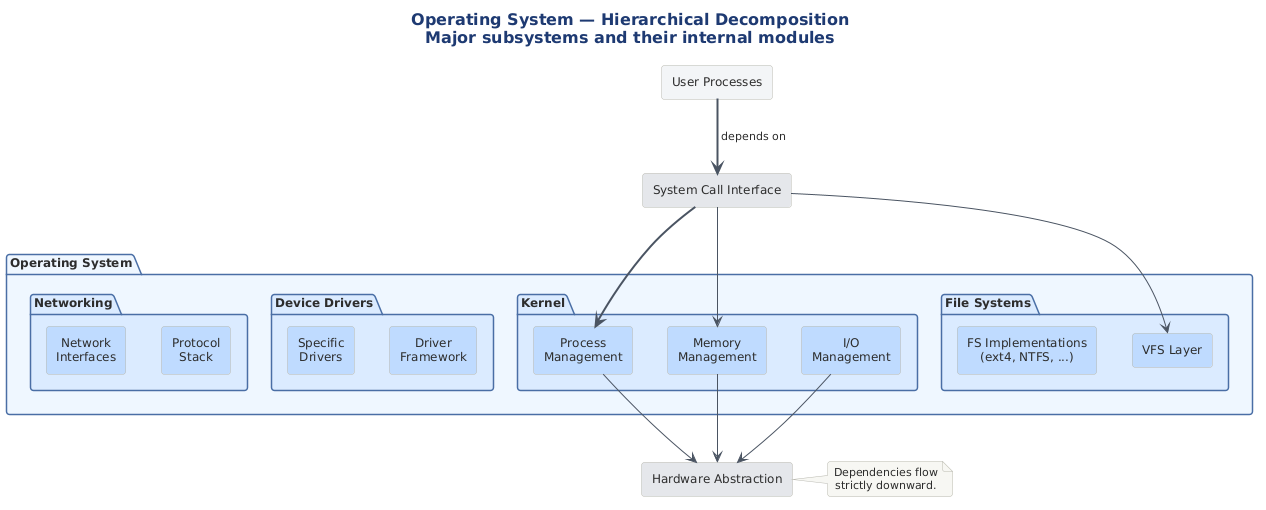
Above: src/architecture/views-and-beyond/style-catalogs/module/module-views/png/operating-system-hierarchical-decomposition.png in Notoriousjayy/latex-docs (PlantUML), before the change. The source it was exported from:
```plantuml
@startuml

title <b>Operating System — Hierarchical Decomposition</b>\nMajor subsystems and their internal modules

!include ../../../../../../tooling/styles/plantuml/structural/package-diagram-style.iuml

package "Operating System" #EFF6FF {

  package "Kernel" #DBEAFE {
    rectangle "Process\nManagement" as PM #BFDBFE
    rectangle "Memory\nManagement" as MM #BFDBFE
    rectangle "I/O\nManagement" as IO #BFDBFE
  }

  package "File Systems" #DBEAFE {
    rectangle "VFS Layer" as VFS #BFDBFE
    rectangle "FS Implementations\n(ext4, NTFS, ...)" as FSI #BFDBFE
  }

  package "Device Drivers" #DBEAFE {
    rectangle "Driver\nFramework" as DF #BFDBFE
    rectangle "Specific\nDrivers" as SD #BFDBFE
  }

  package "Networking" #DBEAFE {
    rectangle "Protocol\nStack" as PS #BFDBFE
    rectangle "Network\nInterfaces" as NI #BFDBFE
  }
}

rectangle "User Processes" as UP #F3F4F6
rectangle "System Call Interface" as SCI #E5E7EB
rectangle "Hardware Abstraction" as HA #E5E7EB

UP -[#4B5563,bold]down-> SCI : " depends on "
SCI -[#4B5563,bold]down-> PM
SCI -[#4B5563]down-> MM
SCI -[#4B5563]down-> VFS
PM -[#4B5563]down-> HA
MM -[#4B5563]down-> HA
IO -[#4B5563]down-> HA

note right of HA
  Dependencies flow
  strictly downward.
end note
@enduml
```
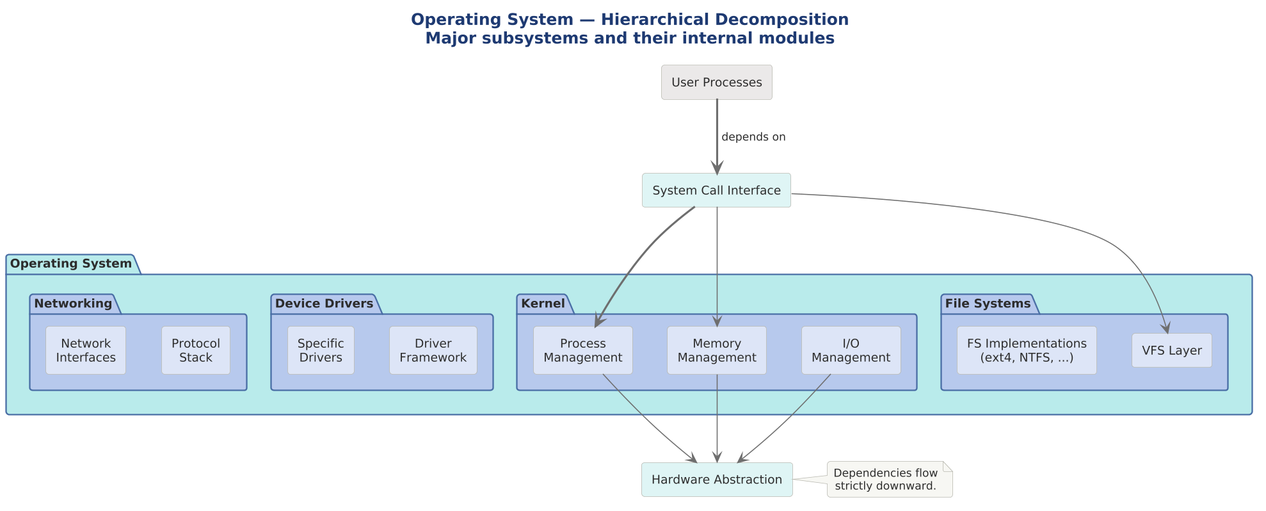
Above is the later version.

What changed in the source:
```diff
@@ -1,44 +1,49 @@
 @startuml
+
+skinparam dpi 150
+
+
+
 
 title <b>Operating System — Hierarchical Decomposition</b>\nMajor subsystems and their internal modules
 
 !include ../../../../../../tooling/styles/plantuml/structural/package-diagram-style.iuml
 
-package "Operating System" #EFF6FF {
+package "Operating System" $deep_dynamic {
 
-  package "Kernel" #DBEAFE {
-    rectangle "Process\nManagement" as PM #BFDBFE
-    rectangle "Memory\nManagement" as MM #BFDBFE
-    rectangle "I/O\nManagement" as IO #BFDBFE
+  package "Kernel" $deep_primary {
+    rectangle "Process\nManagement" as PM $fill_primary
+    rectangle "Memory\nManagement" as MM $fill_primary
+    rectangle "I/O\nManagement" as IO $fill_primary
   }
 
-  package "File Systems" #DBEAFE {
-    rectangle "VFS Layer" as VFS #BFDBFE
-    rectangle "FS Implementations\n(ext4, NTFS, ...)" as FSI #BFDBFE
+  package "File Systems" $deep_primary {
+    rectangle "VFS Layer" as VFS $fill_primary
+    rectangle "FS Implementations\n(ext4, NTFS, ...)" as FSI $fill_primary
   }
 
-  package "Device Drivers" #DBEAFE {
-    rectangle "Driver\nFramework" as DF #BFDBFE
-    rectangle "Specific\nDrivers" as SD #BFDBFE
+  package "Device Drivers" $deep_primary {
+    rectangle "Driver\nFramework" as DF $fill_primary
+    rectangle "Specific\nDrivers" as SD $fill_primary
   }
 
-  package "Networking" #DBEAFE {
-    rectangle "Protocol\nStack" as PS #BFDBFE
-    rectangle "Network\nInterfaces" as NI #BFDBFE
+  package "Networking" $deep_primary {
+    rectangle "Protocol\nStack" as PS $fill_primary
+    rectangle "Network\nInterfaces" as NI $fill_primary
   }
 }
 
-rectangle "User Processes" as UP #F3F4F6
-rectangle "System Call Interface" as SCI #E5E7EB
-rectangle "Hardware Abstraction" as HA #E5E7EB
+rectangle "User Processes" as UP $fill_neutral
+rectangle "System Call Interface" as SCI $fill_dynamic
+rectangle "Hardware Abstraction" as HA $fill_dynamic
 
-UP -[#4B5563,bold]down-> SCI : " depends on "
-SCI -[#4B5563,bold]down-> PM
-SCI -[#4B5563]down-> MM
-SCI -[#4B5563]down-> VFS
-PM -[#4B5563]down-> HA
-MM -[#4B5563]down-> HA
-IO -[#4B5563]down-> HA
+UP -[$line_neutral,bold]down-> SCI : " depends on "
+SCI -[$line_neutral,bold]down-> PM
+SCI -[$line_neutral]down-> MM
+SCI -[$line_neutral]down-> VFS
+PM -[$line_neutral]down-> HA
+MM -[$line_neutral]down-> HA
+IO -[$line_neutral]down-> HA
 
 note right of HA
   Dependencies flow
```
